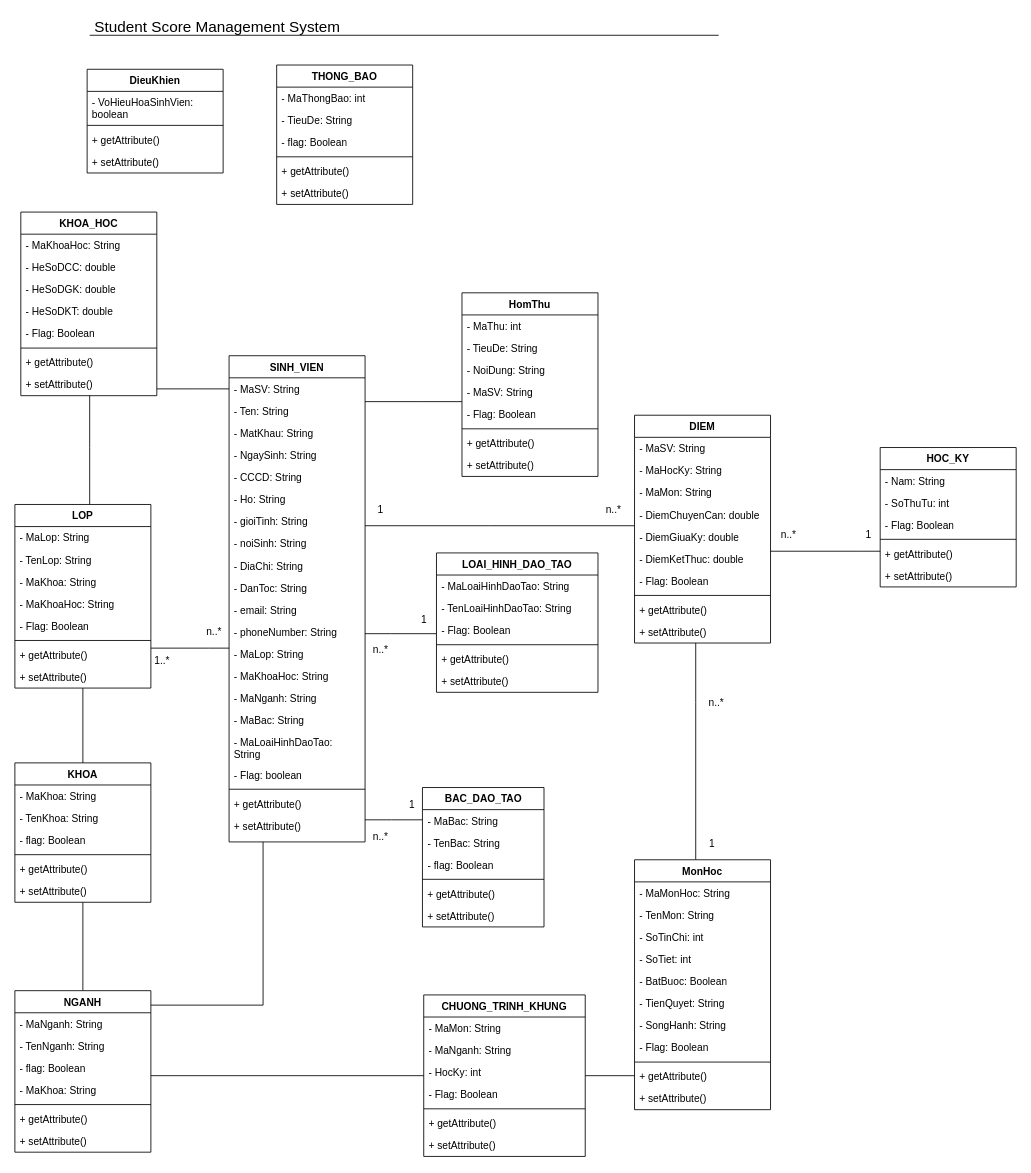
ngohoanglan3/group-9 keeps this draw.io diagram as StoredFolder/ClassDiagram.drawio. Above is the earlier version. Source tidied: cells renumbered, new cells numbered last; positions are measured from the earlier drawing's top-left corner, leaving out a move shared by most shapes. Both pictures are drawn from the tidied source at 85%, with x=0, y=0 at pixel (14, 14).
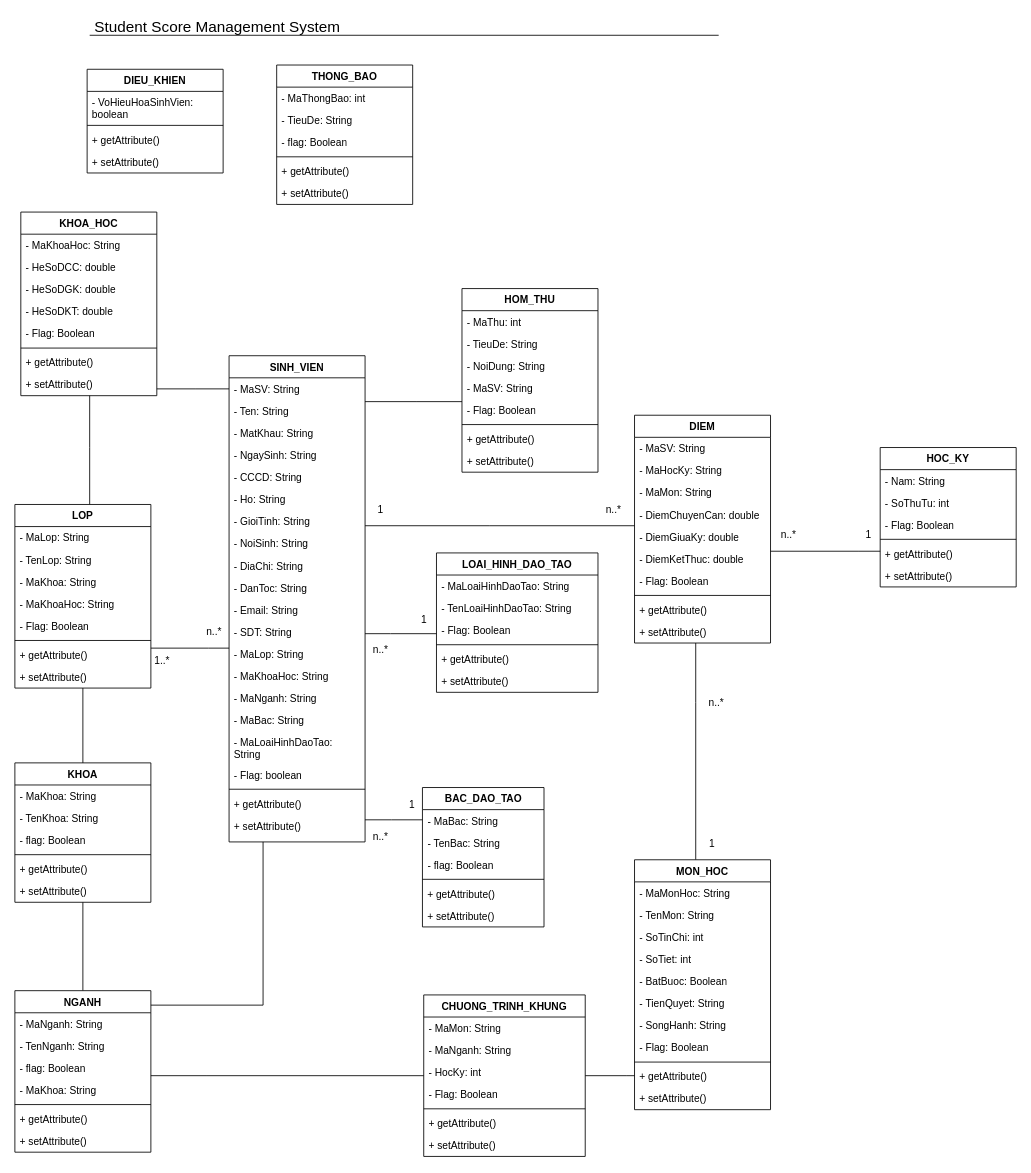
The same diagram, later.

Unchanged cells that the change refers to:
```xml
<mxCell id="2" value="SINH_VIEN" style="swimlane;fontStyle=1;align=center;verticalAlign=top;horizontal=1;startSize=26;rounded=0;shadow=0;strokeWidth=1;" parent="1" vertex="1">
  <mxGeometry x="252" y="401" width="160" height="572" as="geometry" />
</mxCell>
```

Change to the diagram source:
```diff
@@
-    <mxCell id="9" value="- gioiTinh: String" style="text;align=left;verticalAlign=top;spacingLeft=4;spacingRight=4;overflow=hidden;rounded=0;shadow=0;html=0;" parent="2" vertex="1">
+    <mxCell id="9" value="- GioiTinh: String" style="text;align=left;verticalAlign=top;spacingLeft=4;spacingRight=4;overflow=hidden;rounded=0;shadow=0;html=0;" parent="2" vertex="1">
       <mxGeometry y="182" width="160" height="26" as="geometry" />
     </mxCell>
-    <mxCell id="10" value="- noiSinh: String" style="text;align=left;verticalAlign=top;spacingLeft=4;spacingRight=4;overflow=hidden;" parent="2" vertex="1">
+    <mxCell id="10" value="- NoiSinh: String" style="text;align=left;verticalAlign=top;spacingLeft=4;spacingRight=4;overflow=hidden;" parent="2" vertex="1">
       <mxGeometry y="208" width="160" height="26" as="geometry" />
     </mxCell>
@@
-    <mxCell id="13" value="- email: String&#10;" style="text;align=left;verticalAlign=top;spacingLeft=4;spacingRight=4;overflow=hidden;" parent="2" vertex="1">
+    <mxCell id="13" value="- Email: String&#10;" style="text;align=left;verticalAlign=top;spacingLeft=4;spacingRight=4;overflow=hidden;" parent="2" vertex="1">
       <mxGeometry y="286" width="160" height="26" as="geometry" />
     </mxCell>
-    <mxCell id="14" value="- phoneNumber: String&#10;" style="text;align=left;verticalAlign=top;spacingLeft=4;spacingRight=4;overflow=hidden;" parent="2" vertex="1">
+    <mxCell id="14" value="- SDT: String&#10;" style="text;align=left;verticalAlign=top;spacingLeft=4;spacingRight=4;overflow=hidden;" parent="2" vertex="1">
       <mxGeometry y="312" width="160" height="26" as="geometry" />
     </mxCell>
@@
-    <mxCell id="27" value="HomThu" style="swimlane;fontStyle=1;align=center;verticalAlign=top;horizontal=1;startSize=26;whiteSpace=wrap;html=1;" parent="1" vertex="1">
-      <mxGeometry x="526" y="327" width="160" height="216" as="geometry" />
+    <mxCell id="27" value="HOM_THU" style="swimlane;fontStyle=1;align=center;verticalAlign=top;horizontal=1;startSize=26;whiteSpace=wrap;html=1;" parent="1" vertex="1">
+      <mxGeometry x="526" y="322" width="160" height="216" as="geometry" />
     </mxCell>
@@
-    <mxCell id="45" value="DieuKhien" style="swimlane;fontStyle=1;align=center;verticalAlign=top;horizontal=1;startSize=26;whiteSpace=wrap;html=1;" parent="1" vertex="1">
+    <mxCell id="45" value="DIEU_KHIEN" style="swimlane;fontStyle=1;align=center;verticalAlign=top;horizontal=1;startSize=26;whiteSpace=wrap;html=1;" parent="1" vertex="1">
       <mxGeometry x="85" y="64" width="160" height="122" as="geometry" />
     </mxCell>
@@
-    <mxCell id="79" value="MonHoc" style="swimlane;fontStyle=1;align=center;verticalAlign=top;horizontal=1;startSize=26;whiteSpace=wrap;html=1;" parent="1" vertex="1">
+    <mxCell id="79" value="MON_HOC" style="swimlane;fontStyle=1;align=center;verticalAlign=top;horizontal=1;startSize=26;whiteSpace=wrap;html=1;" parent="1" vertex="1">
       <mxGeometry x="729" y="994" width="160" height="294" as="geometry" />
     </mxCell>
```
